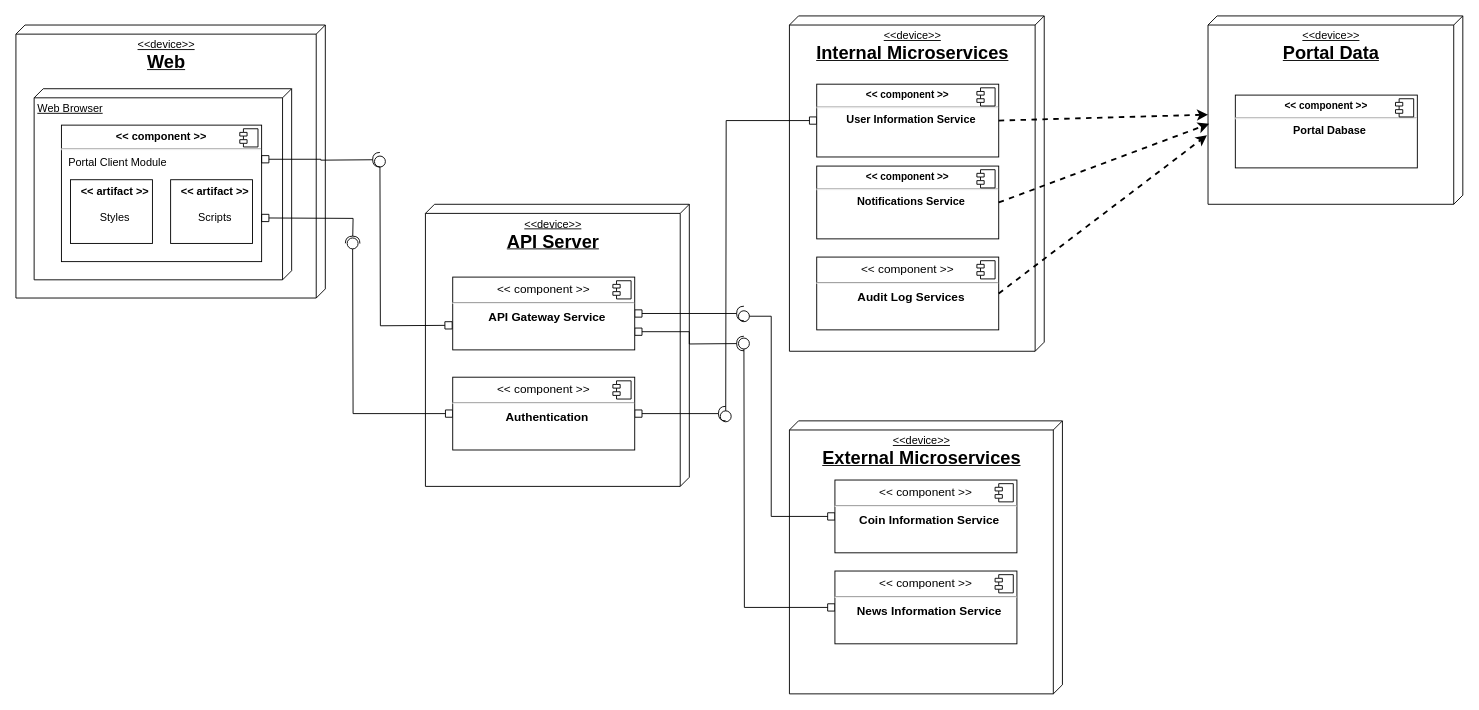
The draw.io diagram page "Page-1" (1 of 2) of Deployment Diagram.drawio in bgabrielma/ES_Project, before the edit. Source tidied: cells renumbered, new cells numbered last; positions are measured from the earlier drawing's top-left corner, leaving out a move shared by most shapes. Both pictures are drawn from the tidied source at 91%, with x=0, y=0 at pixel (15, 15).
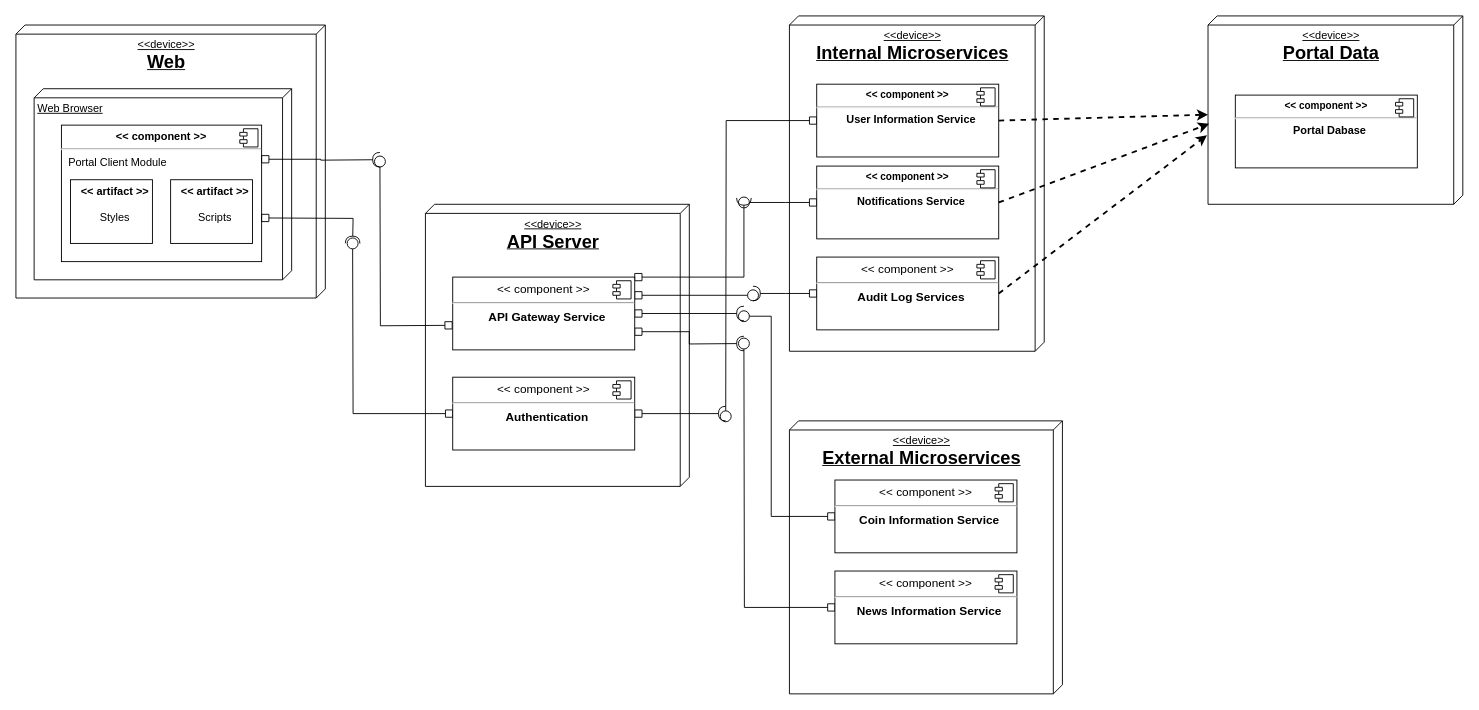
The same diagram, later.

The change refers to these unchanged cells:
```xml
<mxCell id="20" value="&lt;p style=&quot;margin: 6px 0px 0px; text-align: center; font-size: 11px;&quot;&gt;&lt;b style=&quot;&quot;&gt;&lt;font style=&quot;font-size: 11px;&quot;&gt;&amp;lt;&amp;lt; component &amp;gt;&amp;gt;&lt;/font&gt;&lt;/b&gt;&lt;/p&gt;&lt;hr style=&quot;font-size: 11px;&quot;&gt;&lt;p style=&quot;text-align: center; margin: 0px 0px 0px 8px;&quot;&gt;&lt;b&gt;Notifications Service&lt;/b&gt;&lt;/p&gt;" style="align=left;overflow=fill;html=1;" parent="1" vertex="1">
  <mxGeometry x="880" y="165" width="200" height="80" as="geometry" />
</mxCell>
<mxCell id="26" value="&lt;p style=&quot;margin: 6px 0px 0px; font-size: 13px;&quot;&gt;&lt;span style=&quot;font-size: 13px;&quot;&gt;&lt;font style=&quot;font-size: 13px;&quot;&gt;&amp;lt;&amp;lt; component &amp;gt;&amp;gt;&lt;/font&gt;&lt;/span&gt;&lt;/p&gt;&lt;hr style=&quot;font-size: 13px;&quot;&gt;&lt;p style=&quot;margin: 0px 0px 0px 8px; font-size: 13px;&quot;&gt;&lt;b&gt;Audit Log Services&lt;/b&gt;&lt;/p&gt;" style="align=center;overflow=fill;html=1;fontStyle=0;fontSize=13;" parent="1" vertex="1">
  <mxGeometry x="880" y="265" width="200" height="80" as="geometry" />
</mxCell>
<mxCell id="31" value="&lt;p style=&quot;margin: 6px 0px 0px; font-size: 13px;&quot;&gt;&lt;span style=&quot;font-size: 13px;&quot;&gt;&lt;font style=&quot;font-size: 13px;&quot;&gt;&amp;lt;&amp;lt; component &amp;gt;&amp;gt;&lt;/font&gt;&lt;/span&gt;&lt;/p&gt;&lt;hr style=&quot;font-size: 13px;&quot;&gt;&lt;p style=&quot;margin: 0px 0px 0px 8px; font-size: 13px;&quot;&gt;&lt;b&gt;API Gateway Service&lt;/b&gt;&lt;/p&gt;" style="align=center;overflow=fill;html=1;fontStyle=0;fontSize=13;" parent="1" vertex="1">
  <mxGeometry x="480" y="287" width="200" height="80" as="geometry" />
</mxCell>
```

What changed in the source:
```diff
@@
+    <mxCell id="41" style="edgeStyle=orthogonalEdgeStyle;rounded=0;jettySize=auto;html=1;startArrow=box;startFill=0;endArrow=oval;endFill=0;endSize=12;sourcePerimeterSpacing=20;targetPerimeterSpacing=20;exitX=0;exitY=0.5;exitDx=0;exitDy=0;" parent="1" edge="1" source="20">
+      <mxGeometry relative="1" as="geometry">
+        <mxPoint x="800" y="205" as="targetPoint" />
+      </mxGeometry>
+    </mxCell>
@@
+    <mxCell id="42" style="edgeStyle=orthogonalEdgeStyle;rounded=0;jettySize=auto;html=1;startArrow=box;startFill=0;endArrow=halfCircle;endFill=0;endSize=6;sourcePerimeterSpacing=20;targetPerimeterSpacing=20;exitX=0;exitY=0.5;exitDx=0;exitDy=0;" parent="1" edge="1" source="26">
+      <mxGeometry relative="1" as="geometry">
+        <mxPoint x="810" y="305" as="targetPoint" />
+      </mxGeometry>
+    </mxCell>
@@
+    <mxCell id="43" style="edgeStyle=orthogonalEdgeStyle;rounded=0;jettySize=auto;html=1;startArrow=box;startFill=0;endArrow=oval;endFill=0;endSize=12;sourcePerimeterSpacing=20;targetPerimeterSpacing=20;exitX=1;exitY=0.25;exitDx=0;exitDy=0;" parent="1" edge="1" source="31">
+      <mxGeometry relative="1" as="geometry">
+        <mxPoint x="810" y="307" as="targetPoint" />
+      </mxGeometry>
+    </mxCell>
+    <mxCell id="44" style="edgeStyle=orthogonalEdgeStyle;rounded=0;jettySize=auto;html=1;startArrow=box;startFill=0;endArrow=halfCircle;endFill=0;endSize=6;sourcePerimeterSpacing=20;targetPerimeterSpacing=20;exitX=1;exitY=0;exitDx=0;exitDy=0;" parent="1" edge="1" source="31">
+      <mxGeometry relative="1" as="geometry">
+        <mxPoint x="800" y="200" as="targetPoint" />
+        <Array as="points">
+          <mxPoint x="800" y="287" />
+        </Array>
+      </mxGeometry>
+    </mxCell>
```
